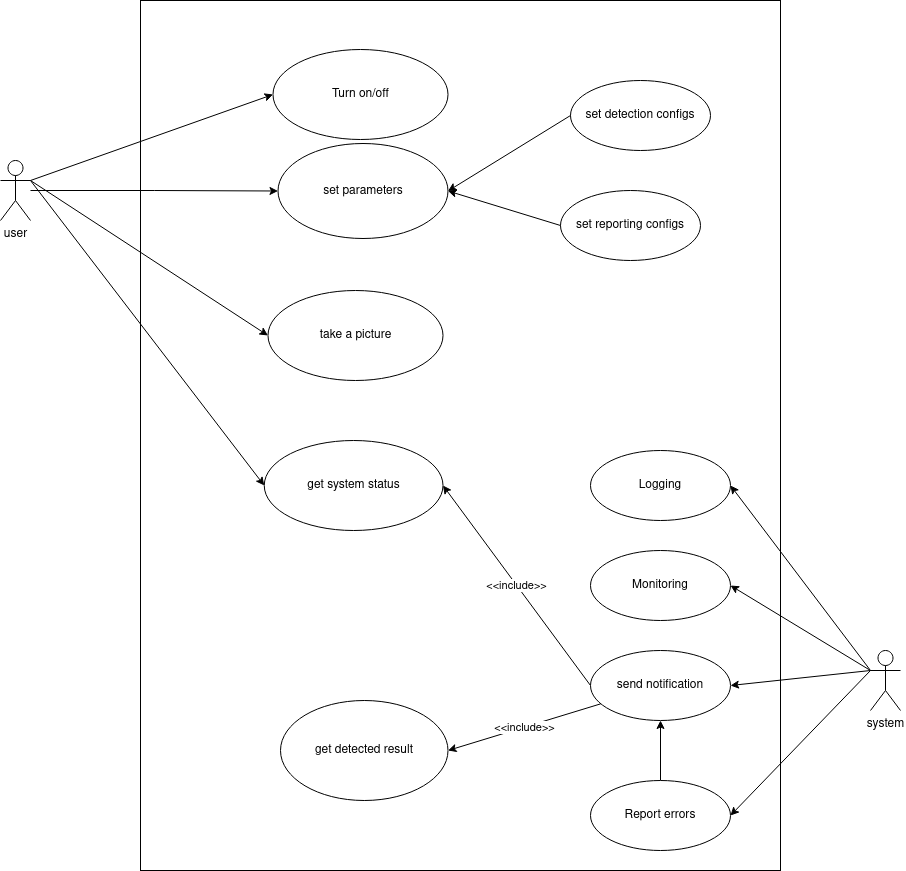
The draw.io diagram docs/usecases.drawio.png in vuhailongkl97/iot, before a commit. Source tidied: cells renumbered, new cells last; positions are measured from the earlier drawing's top-left corner, leaving out a move shared by most shapes.
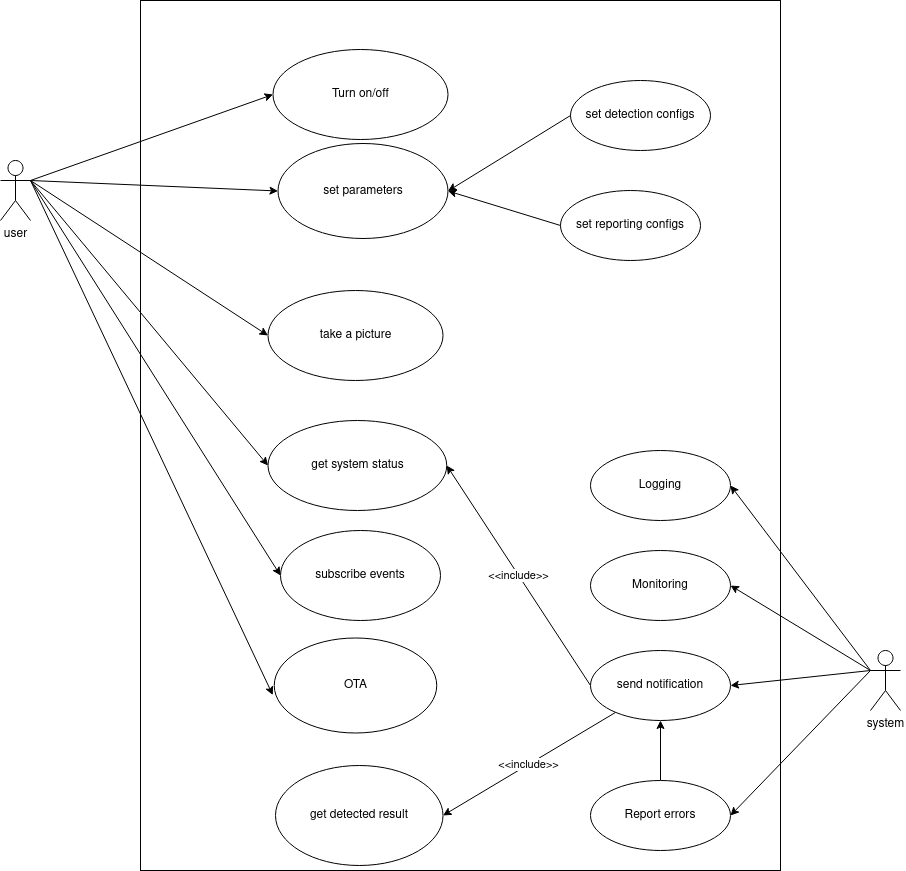
The same file after the commit.

Change to the diagram source:
```diff
@@ -17,9 +17,17 @@
     <mxCell id="6" style="edgeStyle=none;rounded=0;jettySize=auto;html=1;exitX=1;exitY=0.3333333333333333;exitDx=0;exitDy=0;exitPerimeter=0;entryX=0;entryY=0.5;entryDx=0;entryDy=0;" parent="1" edge="1" source="8" target="17">
       <mxGeometry relative="1" as="geometry" />
     </mxCell>
-    <mxCell id="7" style="edgeStyle=orthogonalEdgeStyle;rounded=0;jettySize=auto;html=1;entryX=0;entryY=0.5;entryDx=0;entryDy=0;" parent="1" edge="1" source="8" target="18">
-      <mxGeometry relative="1" as="geometry" />
+    <mxCell id="7" style="rounded=0;jettySize=auto;html=1;entryX=0;entryY=0.5;entryDx=0;entryDy=0;" parent="1" edge="1" target="18">
+      <mxGeometry relative="1" as="geometry">
+        <mxPoint x="30" y="180" as="sourcePoint" />
+      </mxGeometry>
     </mxCell>
+    <mxCell id="29" style="rounded=0;jettySize=auto;html=1;exitX=1;exitY=0.3333333333333333;exitDx=0;exitDy=0;exitPerimeter=0;entryX=0;entryY=0.5;entryDx=0;entryDy=0;" parent="1" edge="1" source="8" target="31">
+      <mxGeometry relative="1" as="geometry" />
+    </mxCell>
+    <mxCell id="30" style="edgeStyle=none;rounded=0;jettySize=auto;html=1;exitX=1;exitY=0.3333333333333333;exitDx=0;exitDy=0;exitPerimeter=0;entryX=-0.009;entryY=0.6;entryDx=0;entryDy=0;entryPerimeter=0;" parent="1" edge="1" source="8" target="32">
+      <mxGeometry relative="1" as="geometry" />
+    </mxCell>
     <mxCell id="8" value="user" style="shape=umlActor;verticalLabelPosition=bottom;verticalAlign=top;html=1;" parent="1" vertex="1">
       <mxGeometry y="160" width="30" height="60" as="geometry" />
     </mxCell>
@@ -33,10 +41,10 @@
       <mxGeometry x="870" y="650" width="30" height="60" as="geometry" />
     </mxCell>
     <mxCell id="12" value="get system status" style="ellipse;whiteSpace=wrap;html=1;" parent="1" vertex="1">
-      <mxGeometry x="263.8" y="440" width="178.8" height="90" as="geometry" />
+      <mxGeometry x="267.5" y="420" width="178.8" height="90" as="geometry" />
     </mxCell>
     <mxCell id="13" value="get detected result" style="ellipse;whiteSpace=wrap;html=1;" parent="1" vertex="1">
-      <mxGeometry x="280" y="700" width="167.5" height="100" as="geometry" />
+      <mxGeometry x="275" y="765" width="167.5" height="100" as="geometry" />
     </mxCell>
     <mxCell id="14" value="&amp;lt;&amp;lt;include&amp;gt;&amp;gt;" style="edgeStyle=none;rounded=0;jettySize=auto;html=1;exitX=0;exitY=0.5;exitDx=0;exitDy=0;entryX=1;entryY=0.5;entryDx=0;entryDy=0;" parent="1" edge="1" source="16" target="12">
       <mxGeometry relative="1" as="geometry" />
@@ -83,5 +91,11 @@
     <mxCell id="28" style="endArrow=classic;html=1;rounded=0;entryX=1;entryY=0.5;entryDx=0;entryDy=0;exitX=0;exitY=0.5;exitDx=0;exitDy=0;" parent="1" edge="1" source="26" target="18">
       <mxGeometry relative="1" as="geometry" />
     </mxCell>
+    <mxCell id="31" value="subscribe events" style="ellipse;whiteSpace=wrap;html=1;" parent="1" vertex="1">
+      <mxGeometry x="280" y="530" width="160" height="90" as="geometry" />
+    </mxCell>
+    <mxCell id="32" value="OTA" style="ellipse;whiteSpace=wrap;html=1;" parent="1" vertex="1">
+      <mxGeometry x="273.8" y="637.5" width="162.5" height="95" as="geometry" />
+    </mxCell>
   </root>
 </mxGraphModel>
```
